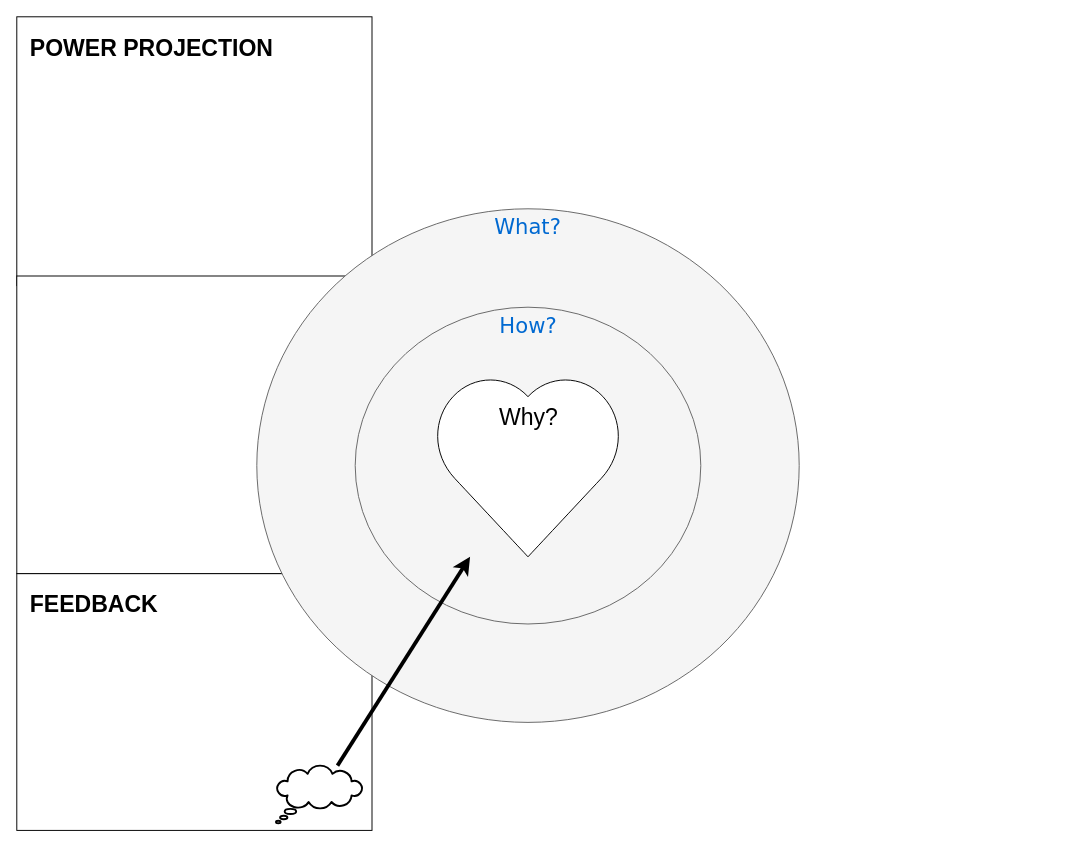
rquast/collective-action-canvas keeps this draw.io diagram as collective-action-canvas.drawio. Above is the earlier version. Source tidied: cells renumbered, new cells numbered last; positions are measured from the earlier drawing's top-left corner, leaving out a move shared by most shapes. Both pictures are drawn from the tidied source at 96%, with x=0, y=0 at pixel (16, 16).
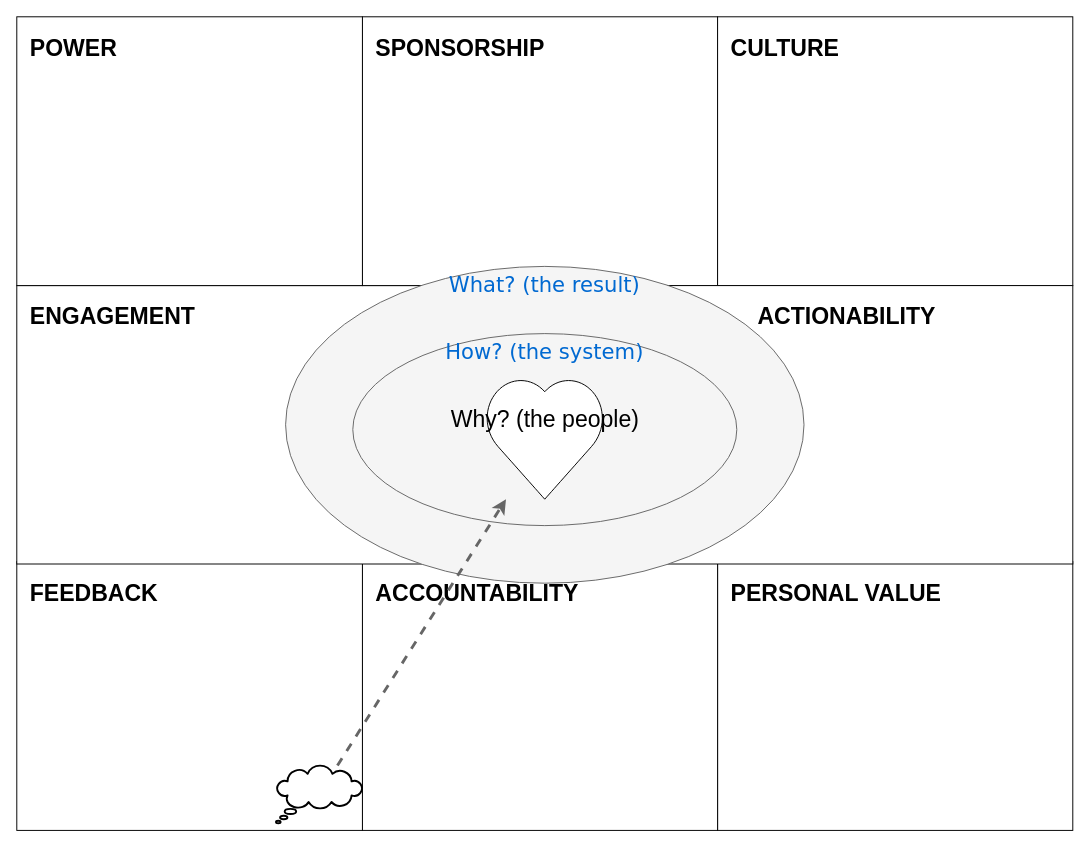
The same diagram, later.

Change to the diagram source:
```diff
@@
 <mxGraphModel background="#ffffff">
   <root>
     <mxCell id="0" />
     <mxCell id="1" parent="0" />
+    <mxCell id="10" value="PERSONAL VALUE" style="rounded=0;whiteSpace=wrap;html=1;verticalAlign=top;align=left;fontSize=24;fontStyle=1;spacingLeft=12;spacingTop=12;" parent="1" vertex="1">
+      <mxGeometry x="730" y="567.5" width="370" height="280" as="geometry" />
+    </mxCell>
+    <mxCell id="11" value="ACCOUNTABILITY" style="rounded=0;whiteSpace=wrap;html=1;verticalAlign=top;align=left;fontSize=24;fontStyle=1;spacingLeft=12;spacingTop=12;" parent="1" vertex="1">
+      <mxGeometry x="360" y="567.5" width="370" height="280" as="geometry" />
+    </mxCell>
+    <mxCell id="3" value="FEEDBACK" style="rounded=0;whiteSpace=wrap;html=1;verticalAlign=top;align=left;fontSize=24;fontStyle=1;spacingLeft=12;spacingTop=12;" parent="1" vertex="1">
+      <mxGeometry y="567.5" width="360" height="280" as="geometry" />
+    </mxCell>
+    <mxCell id="12" value="ENGAGEMENT" style="rounded=0;whiteSpace=wrap;html=1;verticalAlign=top;align=left;fontSize=24;fontStyle=1;spacingLeft=12;spacingTop=12;" parent="1" vertex="1">
+      <mxGeometry y="280" width="450" height="290" as="geometry" />
+    </mxCell>
+    <mxCell id="13" value="SPONSORSHIP" style="rounded=0;whiteSpace=wrap;html=1;verticalAlign=top;align=left;fontSize=24;fontStyle=1;spacingLeft=12;spacingTop=12;" parent="1" vertex="1">
+      <mxGeometry x="360" width="370" height="280" as="geometry" />
+    </mxCell>
+    <mxCell id="14" value="CULTURE" style="rounded=0;whiteSpace=wrap;html=1;verticalAlign=top;align=left;fontSize=24;fontStyle=1;spacingLeft=12;spacingTop=12;" parent="1" vertex="1">
+      <mxGeometry x="730" width="370" height="280" as="geometry" />
+    </mxCell>
+    <mxCell id="15" value="ACTIONABILITY" style="rounded=0;whiteSpace=wrap;html=1;verticalAlign=top;align=left;fontSize=24;fontStyle=1;spacingLeft=120;spacingTop=12;" parent="1" vertex="1">
+      <mxGeometry x="650" y="280" width="450" height="290" as="geometry" />
+    </mxCell>
-    <mxCell id="2" value="POWER PROJECTION" style="rounded=0;whiteSpace=wrap;html=1;verticalAlign=top;align=left;fontSize=24;fontStyle=1;spacingLeft=12;spacingTop=12;" parent="1" vertex="1">
-      <mxGeometry width="370" height="280" as="geometry" />
+    <mxCell id="2" value="POWER" style="rounded=0;whiteSpace=wrap;html=1;verticalAlign=top;align=left;fontSize=24;fontStyle=1;spacingLeft=12;spacingTop=12;" parent="1" vertex="1">
+      <mxGeometry width="360" height="280" as="geometry" />
     </mxCell>
-    <mxCell id="3" value="FEEDBACK" style="rounded=0;whiteSpace=wrap;html=1;verticalAlign=top;align=left;fontSize=24;fontStyle=1;spacingLeft=12;spacingTop=12;" parent="1" vertex="1">
-      <mxGeometry y="580" width="370" height="267.5" as="geometry" />
-    </mxCell>
-    <mxCell id="4" style="rounded=0;whiteSpace=wrap;html=1;" parent="1" vertex="1">
-      <mxGeometry y="270" width="540" height="310" as="geometry" />
-    </mxCell>
-    <mxCell id="5" value="What?" style="ellipse;whiteSpace=wrap;html=1;rounded=0;shadow=0;dashed=0;comic=0;fontFamily=Verdana;fontSize=22;fontColor=#0069D1;fillColor=#f5f5f5;strokeColor=#666666;verticalAlign=top;" parent="1" vertex="1">
-      <mxGeometry x="250" y="200" width="565" height="535" as="geometry" />
+    <mxCell id="5" value="What? (the result)" style="ellipse;whiteSpace=wrap;html=1;rounded=0;shadow=0;dashed=0;comic=0;fontFamily=Verdana;fontSize=22;fontColor=#0069D1;fillColor=#f5f5f5;strokeColor=#666666;verticalAlign=top;" parent="1" vertex="1">
+      <mxGeometry x="280" y="260" width="540" height="330" as="geometry" />
     </mxCell>
-    <mxCell id="6" value="How?" style="ellipse;whiteSpace=wrap;html=1;rounded=0;shadow=0;dashed=0;comic=0;fontFamily=Verdana;fontSize=22;fontColor=#0069D1;fillColor=#f5f5f5;strokeColor=#666666;verticalAlign=top;" parent="1" vertex="1">
-      <mxGeometry x="352.5" y="302.5" width="360" height="330" as="geometry" />
+    <mxCell id="6" value="How? (the system)" style="ellipse;whiteSpace=wrap;html=1;rounded=0;shadow=0;dashed=0;comic=0;fontFamily=Verdana;fontSize=22;fontColor=#0069D1;fillColor=#f5f5f5;strokeColor=#666666;verticalAlign=top;" parent="1" vertex="1">
+      <mxGeometry x="350" y="330" width="400" height="200" as="geometry" />
     </mxCell>
     <mxCell id="7" style="whiteSpace=wrap;html=1;shape=mxgraph.basic.cloud_callout;fontSize=24;align=left;strokeWidth=2;" parent="1" vertex="1">
       <mxGeometry x="270" y="780" width="90" height="60" as="geometry" />
     </mxCell>
-    <mxCell id="8" value="Why?" style="verticalLabelPosition=middle;verticalAlign=top;html=1;shape=mxgraph.basic.heart;fontSize=24;align=center;labelPosition=center;spacingTop=24;" parent="1" vertex="1">
-      <mxGeometry x="432.5" y="372.5" width="200" height="190" as="geometry" />
+    <mxCell id="8" value="Why? (the people)" style="verticalLabelPosition=middle;verticalAlign=top;html=1;shape=mxgraph.basic.heart;fontSize=24;align=center;labelPosition=center;spacingTop=24;" parent="1" vertex="1">
+      <mxGeometry x="486.2" y="375" width="127.5" height="127.5" as="geometry" />
     </mxCell>
-    <mxCell id="9" style="endArrow=classic;html=1;fontSize=24;spacing=6;strokeWidth=4;" parent="1" edge="1" source="7" target="8">
+    <mxCell id="9" style="endArrow=classic;html=1;fontSize=24;spacing=6;strokeWidth=3;dashed=1;fillColor=#f5f5f5;strokeColor=#666666;" parent="1" edge="1" source="7" target="8">
       <mxGeometry relative="1" as="geometry" />
     </mxCell>
   </root>
 </mxGraphModel>
```
